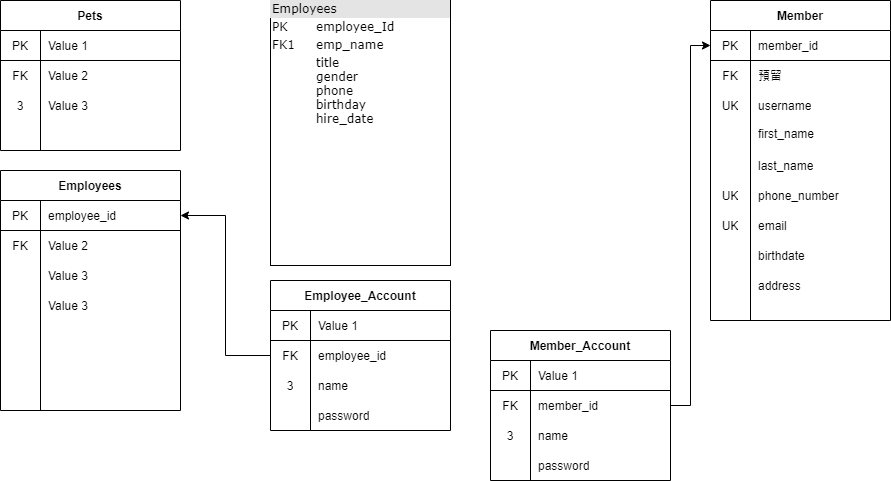
zs6184/test keeps this draw.io diagram as database.png. Above is the earlier version. Source tidied: cells renumbered, new cells last; positions are measured from the earlier drawing's top-left corner, leaving out a move shared by most shapes.
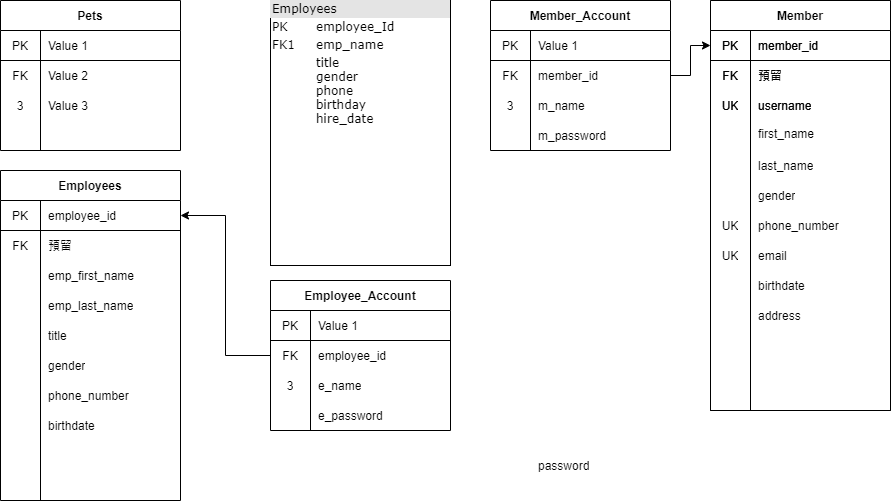
The same file after the commit.

What changed in the source:
```diff
@@ -36,7 +36,7 @@
       <mxGeometry x="40" width="140" height="30" as="geometry" />
     </mxCell>
     <mxCell id="13" value="Employees" style="shape=table;startSize=30;rowLines=0;fontStyle=1;align=center;" parent="1" vertex="1">
-      <mxGeometry y="170" width="180" height="240" as="geometry" />
+      <mxGeometry y="170" width="180" height="330" as="geometry" />
     </mxCell>
     <mxCell id="14" style="shape=partialRectangle;html=1;whiteSpace=wrap;fillColor=none;top=0;left=0;bottom=1;right=0;points=[[0,0.5],[1,0.5]];portConstraint=eastwest;" parent="13" vertex="1">
       <mxGeometry y="30" width="180" height="30" as="geometry" />
@@ -53,7 +53,7 @@
     <mxCell id="18" value="FK" style="shape=partialRectangle;html=1;whiteSpace=wrap;fillColor=none;top=0;left=0;bottom=0;right=0;overflow=hidden;" parent="17" vertex="1">
       <mxGeometry width="40" height="30" as="geometry" />
     </mxCell>
-    <mxCell id="19" value="Value 2" style="shape=partialRectangle;html=1;whiteSpace=wrap;fillColor=none;top=0;left=0;bottom=0;right=0;align=left;spacingLeft=6;overflow=hidden;" parent="17" vertex="1">
+    <mxCell id="19" value="預留" style="shape=partialRectangle;html=1;whiteSpace=wrap;fillColor=none;top=0;left=0;bottom=0;right=0;align=left;spacingLeft=6;overflow=hidden;" parent="17" vertex="1">
       <mxGeometry x="40" width="140" height="30" as="geometry" />
     </mxCell>
     <mxCell id="20" style="shape=partialRectangle;html=1;whiteSpace=wrap;fillColor=none;top=0;left=0;bottom=0;right=0;" parent="13" vertex="1">
@@ -62,11 +62,11 @@
     <mxCell id="21" style="shape=partialRectangle;html=1;whiteSpace=wrap;fillColor=none;top=0;left=0;bottom=0;right=0;overflow=hidden;" parent="20" vertex="1">
       <mxGeometry width="40" height="30" as="geometry" />
     </mxCell>
-    <mxCell id="22" value="Value 3" style="shape=partialRectangle;html=1;whiteSpace=wrap;fillColor=none;top=0;left=0;bottom=0;right=0;align=left;spacingLeft=6;overflow=hidden;" parent="20" vertex="1">
+    <mxCell id="22" value="emp_first_name" style="shape=partialRectangle;html=1;whiteSpace=wrap;fillColor=none;top=0;left=0;bottom=0;right=0;align=left;spacingLeft=6;overflow=hidden;" parent="20" vertex="1">
       <mxGeometry x="40" width="140" height="30" as="geometry" />
     </mxCell>
     <mxCell id="23" value="Member" style="shape=table;startSize=30;rowLines=0;fontStyle=1;align=center;" parent="1" vertex="1">
-      <mxGeometry x="710" width="180" height="320" as="geometry" />
+      <mxGeometry x="710" width="180" height="410" as="geometry" />
     </mxCell>
     <mxCell id="24" style="shape=partialRectangle;html=1;whiteSpace=wrap;fillColor=none;top=0;left=0;bottom=1;right=0;points=[[0,0.5],[1,0.5]];portConstraint=eastwest;" parent="23" vertex="1">
       <mxGeometry y="30" width="180" height="30" as="geometry" />
@@ -95,7 +95,7 @@
     <mxCell id="32" value="username" style="shape=partialRectangle;html=1;whiteSpace=wrap;fillColor=none;top=0;left=0;bottom=0;right=0;align=left;spacingLeft=6;overflow=hidden;" parent="30" vertex="1">
       <mxGeometry x="40" width="140" height="30" as="geometry" />
     </mxCell>
-    <mxCell id="33" value="Value 3" style="shape=partialRectangle;html=1;whiteSpace=wrap;fillColor=none;top=0;left=0;bottom=0;right=0;align=left;spacingLeft=6;overflow=hidden;" parent="1" vertex="1">
+    <mxCell id="33" value="emp_last_name" style="shape=partialRectangle;html=1;whiteSpace=wrap;fillColor=none;top=0;left=0;bottom=0;right=0;align=left;spacingLeft=6;overflow=hidden;" parent="1" vertex="1">
       <mxGeometry x="40" y="290" width="140" height="30" as="geometry" />
     </mxCell>
     <mxCell id="34" value="first_name" style="shape=partialRectangle;html=1;whiteSpace=wrap;fillColor=none;top=0;left=0;bottom=0;right=0;align=left;spacingLeft=6;overflow=hidden;" parent="1" vertex="1">
@@ -128,11 +128,11 @@
     <mxCell id="43" value="3" style="shape=partialRectangle;html=1;whiteSpace=wrap;fillColor=none;top=0;left=0;bottom=0;right=0;overflow=hidden;" parent="42" vertex="1">
       <mxGeometry width="40" height="30" as="geometry" />
     </mxCell>
-    <mxCell id="44" value="name" style="shape=partialRectangle;html=1;whiteSpace=wrap;fillColor=none;top=0;left=0;bottom=0;right=0;align=left;spacingLeft=6;overflow=hidden;" parent="42" vertex="1">
+    <mxCell id="44" value="e_name" style="shape=partialRectangle;html=1;whiteSpace=wrap;fillColor=none;top=0;left=0;bottom=0;right=0;align=left;spacingLeft=6;overflow=hidden;" parent="42" vertex="1">
       <mxGeometry x="40" width="140" height="30" as="geometry" />
     </mxCell>
     <mxCell id="45" value="Member_Account" style="shape=table;startSize=30;rowLines=0;fontStyle=1;align=center;" parent="1" vertex="1">
-      <mxGeometry x="490" y="330" width="180" height="150" as="geometry" />
+      <mxGeometry x="490" width="180" height="150" as="geometry" />
     </mxCell>
     <mxCell id="46" style="shape=partialRectangle;html=1;whiteSpace=wrap;fillColor=none;top=0;left=0;bottom=1;right=0;" parent="45" vertex="1">
       <mxGeometry y="30" width="180" height="30" as="geometry" />
@@ -158,10 +158,10 @@
     <mxCell id="53" value="3" style="shape=partialRectangle;html=1;whiteSpace=wrap;fillColor=none;top=0;left=0;bottom=0;right=0;overflow=hidden;" parent="52" vertex="1">
       <mxGeometry width="40" height="30" as="geometry" />
     </mxCell>
-    <mxCell id="54" value="name" style="shape=partialRectangle;html=1;whiteSpace=wrap;fillColor=none;top=0;left=0;bottom=0;right=0;align=left;spacingLeft=6;overflow=hidden;" parent="52" vertex="1">
+    <mxCell id="54" value="m_name" style="shape=partialRectangle;html=1;whiteSpace=wrap;fillColor=none;top=0;left=0;bottom=0;right=0;align=left;spacingLeft=6;overflow=hidden;" parent="52" vertex="1">
       <mxGeometry x="40" width="140" height="30" as="geometry" />
     </mxCell>
-    <mxCell id="55" value="password" style="shape=partialRectangle;html=1;whiteSpace=wrap;fillColor=none;top=0;left=0;bottom=0;right=0;align=left;spacingLeft=6;overflow=hidden;" parent="1" vertex="1">
+    <mxCell id="55" value="e_password" style="shape=partialRectangle;html=1;whiteSpace=wrap;fillColor=none;top=0;left=0;bottom=0;right=0;align=left;spacingLeft=6;overflow=hidden;" parent="1" vertex="1">
       <mxGeometry x="310" y="400" width="140" height="30" as="geometry" />
     </mxCell>
     <mxCell id="56" value="password" style="shape=partialRectangle;html=1;whiteSpace=wrap;fillColor=none;top=0;left=0;bottom=0;right=0;align=left;spacingLeft=6;overflow=hidden;" parent="1" vertex="1">
@@ -177,13 +177,13 @@
       <mxGeometry relative="1" as="geometry" />
     </mxCell>
     <mxCell id="60" value="phone_number" style="shape=partialRectangle;html=1;whiteSpace=wrap;fillColor=none;top=0;left=0;bottom=0;right=0;align=left;spacingLeft=6;overflow=hidden;" parent="1" vertex="1">
-      <mxGeometry x="750" y="180" width="140" height="30" as="geometry" />
+      <mxGeometry x="750" y="210" width="140" height="30" as="geometry" />
     </mxCell>
     <mxCell id="61" value="email" style="shape=partialRectangle;html=1;whiteSpace=wrap;fillColor=none;top=0;left=0;bottom=0;right=0;align=left;spacingLeft=6;overflow=hidden;" parent="1" vertex="1">
-      <mxGeometry x="750" y="210" width="140" height="30" as="geometry" />
+      <mxGeometry x="750" y="240" width="140" height="30" as="geometry" />
     </mxCell>
     <mxCell id="62" value="birthdate" style="shape=partialRectangle;html=1;whiteSpace=wrap;fillColor=none;top=0;left=0;bottom=0;right=0;align=left;spacingLeft=6;overflow=hidden;" parent="1" vertex="1">
-      <mxGeometry x="750" y="240" width="140" height="30" as="geometry" />
+      <mxGeometry x="750" y="270" width="140" height="30" as="geometry" />
     </mxCell>
     <mxCell id="63" style="shape=partialRectangle;html=1;whiteSpace=wrap;fillColor=none;top=0;left=0;bottom=0;right=0;overflow=hidden;" parent="1" vertex="1">
       <mxGeometry x="710" y="120" width="40" height="30" as="geometry" />
@@ -192,13 +192,61 @@
       <mxGeometry x="710" y="150" width="40" height="30" as="geometry" />
     </mxCell>
     <mxCell id="65" value="UK" style="shape=partialRectangle;html=1;whiteSpace=wrap;fillColor=none;top=0;left=0;bottom=0;right=0;overflow=hidden;" parent="1" vertex="1">
-      <mxGeometry x="710" y="180" width="40" height="30" as="geometry" />
+      <mxGeometry x="710" y="210" width="40" height="30" as="geometry" />
     </mxCell>
     <mxCell id="66" value="UK" style="shape=partialRectangle;html=1;whiteSpace=wrap;fillColor=none;top=0;left=0;bottom=0;right=0;overflow=hidden;" parent="1" vertex="1">
-      <mxGeometry x="710" y="210" width="40" height="30" as="geometry" />
+      <mxGeometry x="710" y="240" width="40" height="30" as="geometry" />
     </mxCell>
     <mxCell id="67" value="address" style="shape=partialRectangle;html=1;whiteSpace=wrap;fillColor=none;top=0;left=0;bottom=0;right=0;align=left;spacingLeft=6;overflow=hidden;" parent="1" vertex="1">
-      <mxGeometry x="750" y="270" width="140" height="30" as="geometry" />
+      <mxGeometry x="750" y="300" width="140" height="30" as="geometry" />
     </mxCell>
+    <mxCell id="68" value="m_password" style="shape=partialRectangle;html=1;whiteSpace=wrap;fillColor=none;top=0;left=0;bottom=0;right=0;align=left;spacingLeft=6;overflow=hidden;" parent="1" vertex="1">
+      <mxGeometry x="530" y="120" width="140" height="30" as="geometry" />
+    </mxCell>
+    <mxCell id="69" value="title" style="shape=partialRectangle;html=1;whiteSpace=wrap;fillColor=none;top=0;left=0;bottom=0;right=0;align=left;spacingLeft=6;overflow=hidden;" parent="1" vertex="1">
+      <mxGeometry x="40" y="320" width="140" height="30" as="geometry" />
+    </mxCell>
+    <mxCell id="70" value="gender" style="shape=partialRectangle;html=1;whiteSpace=wrap;fillColor=none;top=0;left=0;bottom=0;right=0;align=left;spacingLeft=6;overflow=hidden;" parent="1" vertex="1">
+      <mxGeometry x="40" y="350" width="140" height="30" as="geometry" />
+    </mxCell>
+    <mxCell id="71" value="phone_number" style="shape=partialRectangle;html=1;whiteSpace=wrap;fillColor=none;top=0;left=0;bottom=0;right=0;align=left;spacingLeft=6;overflow=hidden;" parent="1" vertex="1">
+      <mxGeometry x="40" y="380" width="140" height="30" as="geometry" />
+    </mxCell>
+    <mxCell id="72" value="Member" style="shape=table;startSize=30;rowLines=0;fontStyle=1;align=center;" parent="1" vertex="1">
+      <mxGeometry x="710" width="180" height="410" as="geometry" />
+    </mxCell>
+    <mxCell id="73" style="shape=partialRectangle;html=1;whiteSpace=wrap;fillColor=none;top=0;left=0;bottom=1;right=0;" parent="72" vertex="1">
+      <mxGeometry y="30" width="180" height="30" as="geometry" />
+    </mxCell>
+    <mxCell id="74" value="PK" style="shape=partialRectangle;html=1;whiteSpace=wrap;fillColor=none;top=0;left=0;bottom=0;right=0;overflow=hidden;" parent="73" vertex="1">
+      <mxGeometry width="40" height="30" as="geometry" />
+    </mxCell>
+    <mxCell id="75" value="member_id" style="shape=partialRectangle;html=1;whiteSpace=wrap;fillColor=none;top=0;left=0;bottom=0;right=0;align=left;spacingLeft=6;overflow=hidden;" parent="73" vertex="1">
+      <mxGeometry x="40" width="140" height="30" as="geometry" />
+    </mxCell>
+    <mxCell id="76" style="shape=partialRectangle;html=1;whiteSpace=wrap;fillColor=none;top=0;left=0;bottom=0;right=0;" parent="72" vertex="1">
+      <mxGeometry y="60" width="180" height="30" as="geometry" />
+    </mxCell>
+    <mxCell id="77" value="FK" style="shape=partialRectangle;html=1;whiteSpace=wrap;fillColor=none;top=0;left=0;bottom=0;right=0;overflow=hidden;" parent="76" vertex="1">
+      <mxGeometry width="40" height="30" as="geometry" />
+    </mxCell>
+    <mxCell id="78" value="預留" style="shape=partialRectangle;html=1;whiteSpace=wrap;fillColor=none;top=0;left=0;bottom=0;right=0;align=left;spacingLeft=6;overflow=hidden;" parent="76" vertex="1">
+      <mxGeometry x="40" width="140" height="30" as="geometry" />
+    </mxCell>
+    <mxCell id="79" style="shape=partialRectangle;html=1;whiteSpace=wrap;fillColor=none;top=0;left=0;bottom=0;right=0;" parent="72" vertex="1">
+      <mxGeometry y="90" width="180" height="30" as="geometry" />
+    </mxCell>
+    <mxCell id="80" value="UK" style="shape=partialRectangle;html=1;whiteSpace=wrap;fillColor=none;top=0;left=0;bottom=0;right=0;overflow=hidden;" parent="79" vertex="1">
+      <mxGeometry width="40" height="30" as="geometry" />
+    </mxCell>
+    <mxCell id="81" value="username" style="shape=partialRectangle;html=1;whiteSpace=wrap;fillColor=none;top=0;left=0;bottom=0;right=0;align=left;spacingLeft=6;overflow=hidden;" parent="79" vertex="1">
+      <mxGeometry x="40" width="140" height="30" as="geometry" />
+    </mxCell>
+    <mxCell id="82" value="gender" style="shape=partialRectangle;html=1;whiteSpace=wrap;fillColor=none;top=0;left=0;bottom=0;right=0;align=left;spacingLeft=6;overflow=hidden;" parent="1" vertex="1">
+      <mxGeometry x="750" y="180" width="140" height="30" as="geometry" />
+    </mxCell>
+    <mxCell id="83" value="birthdate" style="shape=partialRectangle;html=1;whiteSpace=wrap;fillColor=none;top=0;left=0;bottom=0;right=0;align=left;spacingLeft=6;overflow=hidden;" parent="1" vertex="1">
+      <mxGeometry x="40" y="410" width="140" height="30" as="geometry" />
+    </mxCell>
   </root>
 </mxGraphModel>
```
